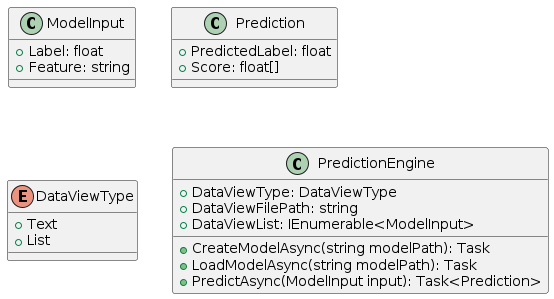
Earlier version of the PlantUML export Docs/ClassDiagram.png (VeritasSoftware/WebsiteAIAssistant).
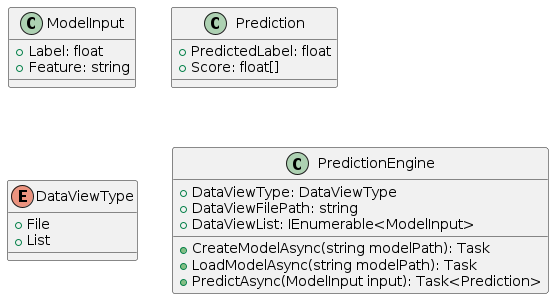
Above is the later version.

The edit, as a diff of the source:
```diff
@@ -13,7 +13,7 @@
 
 enum DataViewType
 {
-  + Text
+  + File
   + List
 }
 
```
